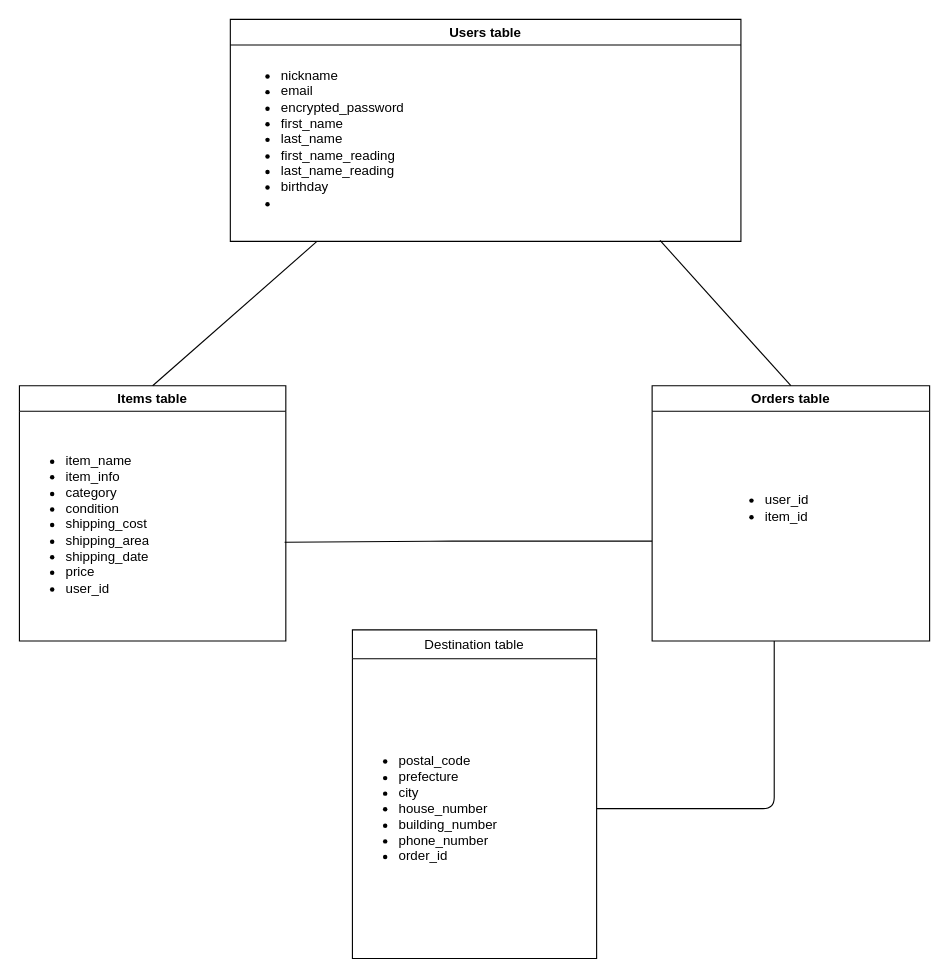
Earlier version of the draw.io diagram furima.dio (takachamp/furima-37107). Source tidied: cells renumbered, new cells numbered last; positions are measured from the earlier drawing's top-left corner, leaving out a move shared by most shapes. Both pictures are drawn from the tidied source at 111%, with x=0, y=0 at pixel (19, 19).
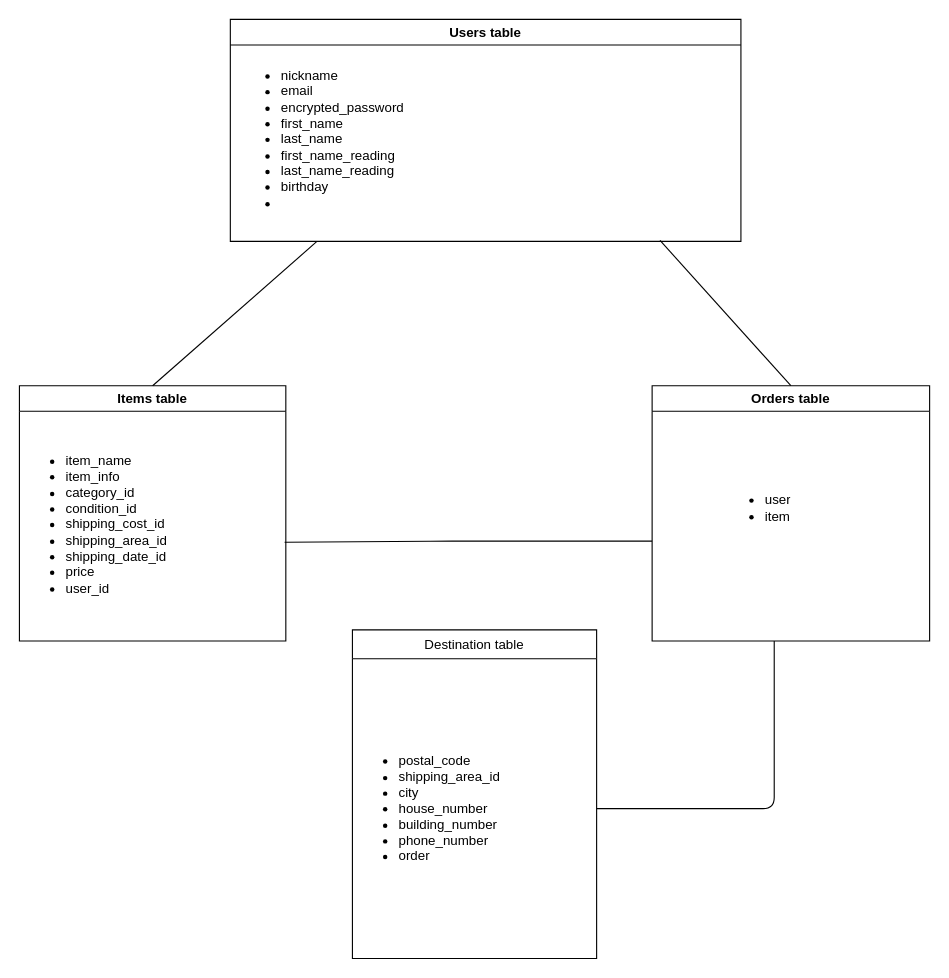
After the change.

Commit message (it also covers changes not shown here):
DB設計　指摘箇所の修正2

Unchanged cells that the change refers to:
```xml
<mxCell id="5" value="Items table" style="swimlane;" parent="1" vertex="1">
  <mxGeometry y="330" width="240" height="230" as="geometry" />
</mxCell>
<mxCell id="7" value="Destination table" style="swimlane;fontStyle=0;horizontal=1;startSize=26;" parent="1" vertex="1">
  <mxGeometry x="300" y="550" width="220" height="296" as="geometry" />
</mxCell>
<mxCell id="10" value="Orders table" style="swimlane;" parent="1" vertex="1">
  <mxGeometry x="570" y="330" width="250" height="230" as="geometry" />
</mxCell>
```

The edit, as a diff of the source:
```diff
@@
-    <mxCell id="6" value="&lt;ul&gt;&lt;li&gt;item_name&lt;/li&gt;&lt;li&gt;item_info&lt;/li&gt;&lt;li&gt;category&lt;/li&gt;&lt;li&gt;condition&lt;/li&gt;&lt;li&gt;shipping_cost&lt;/li&gt;&lt;li&gt;shipping_area&lt;/li&gt;&lt;li&gt;shipping_date&lt;/li&gt;&lt;li&gt;price&lt;/li&gt;&lt;li&gt;user_id&lt;/li&gt;&lt;/ul&gt;" style="text;strokeColor=none;fillColor=none;html=1;whiteSpace=wrap;verticalAlign=middle;overflow=hidden;" parent="5" vertex="1">
+    <mxCell id="6" value="&lt;ul&gt;&lt;li&gt;item_name&lt;/li&gt;&lt;li&gt;item_info&lt;/li&gt;&lt;li&gt;category_id&lt;/li&gt;&lt;li&gt;condition_id&lt;/li&gt;&lt;li&gt;shipping_cost_id&lt;/li&gt;&lt;li&gt;shipping_area_id&lt;/li&gt;&lt;li&gt;shipping_date_id&lt;/li&gt;&lt;li&gt;price&lt;/li&gt;&lt;li&gt;user_id&lt;/li&gt;&lt;/ul&gt;" style="text;strokeColor=none;fillColor=none;html=1;whiteSpace=wrap;verticalAlign=middle;overflow=hidden;" parent="5" vertex="1">
       <mxGeometry y="20" width="237" height="210" as="geometry" />
     </mxCell>
@@
-    <mxCell id="8" value="&lt;ul&gt;&lt;li&gt;postal_code&lt;/li&gt;&lt;li&gt;prefecture&lt;/li&gt;&lt;li&gt;city&lt;/li&gt;&lt;li&gt;house_number&lt;/li&gt;&lt;li&gt;building_number&lt;/li&gt;&lt;li&gt;phone_number&lt;/li&gt;&lt;li&gt;order_id&lt;/li&gt;&lt;/ul&gt;" style="text;strokeColor=none;fillColor=none;html=1;whiteSpace=wrap;verticalAlign=middle;overflow=hidden;" parent="7" vertex="1">
+    <mxCell id="8" value="&lt;ul&gt;&lt;li&gt;postal_code&lt;/li&gt;&lt;li&gt;shipping_area_id&lt;/li&gt;&lt;li&gt;city&lt;/li&gt;&lt;li&gt;house_number&lt;/li&gt;&lt;li&gt;building_number&lt;/li&gt;&lt;li&gt;phone_number&lt;/li&gt;&lt;li&gt;order&lt;/li&gt;&lt;/ul&gt;" style="text;strokeColor=none;fillColor=none;html=1;whiteSpace=wrap;verticalAlign=middle;overflow=hidden;" parent="7" vertex="1">
       <mxGeometry y="26" width="220" height="270" as="geometry" />
     </mxCell>
@@
-    <mxCell id="11" value="&lt;ul&gt;&lt;li&gt;user_id&lt;/li&gt;&lt;li&gt;item_id&lt;/li&gt;&lt;/ul&gt;" style="text;strokeColor=none;fillColor=none;html=1;whiteSpace=wrap;verticalAlign=middle;overflow=hidden;" parent="10" vertex="1">
+    <mxCell id="11" value="&lt;ul&gt;&lt;li&gt;user&lt;/li&gt;&lt;li&gt;item&lt;/li&gt;&lt;/ul&gt;" style="text;strokeColor=none;fillColor=none;html=1;whiteSpace=wrap;verticalAlign=middle;overflow=hidden;" parent="10" vertex="1">
       <mxGeometry x="60" y="70" width="100" height="80" as="geometry" />
     </mxCell>
```
